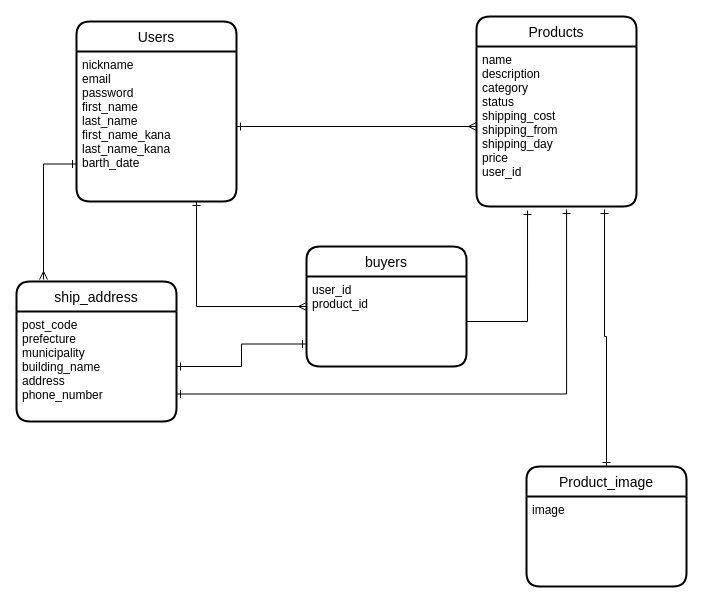
Above: furima.dio in t-willi-28/furima-35545 (draw.io), before the change. Source tidied: cells renumbered, new cells numbered last; positions are measured from the earlier drawing's top-left corner, leaving out a move shared by most shapes. Both pictures are drawn from the tidied source at 100%, with x=0, y=0 at pixel (16, 16).
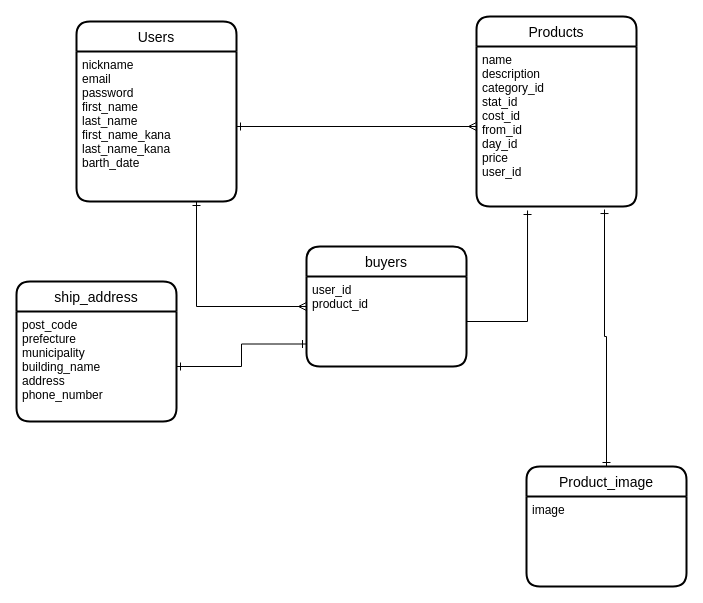
The same page after the edit.

Commit message (it also covers changes not shown here):
コメント部分の修正

The edit, as a diff of the source:
```diff
@@
 <mxGraphModel>
   <root>
     <mxCell id="0" />
     <mxCell id="1" parent="0" />
     <mxCell id="2" value="Users" style="swimlane;horizontal=1;startSize=30;rounded=1;fontSize=14;fontStyle=0;strokeWidth=2;shadow=0;dashed=0;align=center;" parent="1" vertex="1">
       <mxGeometry x="60" y="5" width="160" height="180" as="geometry" />
     </mxCell>
     <mxCell id="3" value="nickname&#10;email&#10;password&#10;first_name&#10;last_name&#10;first_name_kana&#10;last_name_kana&#10;barth_date" style="align=left;strokeColor=none;fillColor=none;spacingLeft=4;fontSize=12;verticalAlign=top;" parent="2" vertex="1">
       <mxGeometry y="30" width="160" height="150" as="geometry" />
     </mxCell>
     <mxCell id="4" value="Products" style="swimlane;horizontal=1;startSize=30;rounded=1;fontSize=14;fontStyle=0;strokeWidth=2;shadow=0;dashed=0;align=center;" parent="1" vertex="1">
       <mxGeometry x="460" width="160" height="190" as="geometry" />
     </mxCell>
-    <mxCell id="5" value="name&#10;description&#10;category&#10;status&#10;shipping_cost&#10;shipping_from&#10;shipping_day&#10;price&#10;user_id" style="align=left;strokeColor=none;fillColor=none;spacingLeft=4;fontSize=12;verticalAlign=top;" parent="4" vertex="1">
+    <mxCell id="5" value="name&#10;description&#10;category_id&#10;stat_id&#10;cost_id&#10;from_id&#10;day_id&#10;price&#10;user_id" style="align=left;strokeColor=none;fillColor=none;spacingLeft=4;fontSize=12;verticalAlign=top;" parent="4" vertex="1">
       <mxGeometry y="30" width="160" height="160" as="geometry" />
     </mxCell>
     <mxCell id="6" value="ship_address" style="swimlane;horizontal=1;startSize=30;rounded=1;fontSize=14;fontStyle=0;strokeWidth=2;shadow=0;dashed=0;align=center;" parent="1" vertex="1">
       <mxGeometry y="265" width="160" height="140" as="geometry" />
     </mxCell>
     <mxCell id="7" value="post_code&#10;prefecture&#10;municipality&#10;building_name&#10;address&#10;phone_number" style="align=left;strokeColor=none;fillColor=none;spacingLeft=4;fontSize=12;verticalAlign=top;" parent="6" vertex="1">
       <mxGeometry y="30" width="160" height="110" as="geometry" />
     </mxCell>
-    <mxCell id="8" style="edgeStyle=orthogonalEdgeStyle;rounded=0;jettySize=auto;html=1;exitX=0;exitY=0.75;exitDx=0;exitDy=0;entryX=0.169;entryY=-0.014;entryDx=0;entryDy=0;entryPerimeter=0;endArrow=ERmany;endFill=0;startArrow=ERone;startFill=0;" parent="1" edge="1" source="3" target="6">
-      <mxGeometry relative="1" as="geometry" />
-    </mxCell>
     <mxCell id="9" value="buyers" style="swimlane;horizontal=1;startSize=30;rounded=1;fontSize=14;fontStyle=0;strokeWidth=2;shadow=0;dashed=0;align=center;" parent="1" vertex="1">
       <mxGeometry x="290" y="230" width="160" height="120" as="geometry" />
     </mxCell>
     <mxCell id="10" value="user_id&#10;product_id" style="align=left;strokeColor=none;fillColor=none;spacingLeft=4;fontSize=12;verticalAlign=top;" parent="9" vertex="1">
       <mxGeometry y="30" width="160" height="90" as="geometry" />
     </mxCell>
     <mxCell id="11" style="edgeStyle=orthogonalEdgeStyle;rounded=0;jettySize=auto;html=1;exitX=1;exitY=0.5;exitDx=0;exitDy=0;entryX=0.319;entryY=1.025;entryDx=0;entryDy=0;entryPerimeter=0;endArrow=ERone;endFill=0;" parent="1" edge="1" source="10" target="5">
       <mxGeometry relative="1" as="geometry" />
     </mxCell>
     <mxCell id="12" value="Product_image" style="swimlane;horizontal=1;startSize=30;rounded=1;fontSize=14;fontStyle=0;strokeWidth=2;shadow=0;dashed=0;align=center;" parent="1" vertex="1">
       <mxGeometry x="510" y="450" width="160" height="120" as="geometry" />
     </mxCell>
     <mxCell id="13" value="image" style="align=left;strokeColor=none;fillColor=none;spacingLeft=4;fontSize=12;verticalAlign=top;" parent="12" vertex="1">
       <mxGeometry y="30" width="160" height="90" as="geometry" />
     </mxCell>
     <mxCell id="14" style="edgeStyle=orthogonalEdgeStyle;rounded=0;jettySize=auto;html=1;exitX=0.5;exitY=0;exitDx=0;exitDy=0;entryX=0.8;entryY=1.019;entryDx=0;entryDy=0;entryPerimeter=0;sourcePerimeterSpacing=0;endArrow=ERone;endFill=0;endSize=6;startSize=6;startArrow=ERone;startFill=0;" parent="1" edge="1" source="12" target="5">
       <mxGeometry relative="1" as="geometry" />
     </mxCell>
     <mxCell id="15" style="edgeStyle=orthogonalEdgeStyle;rounded=0;jettySize=auto;html=1;exitX=1;exitY=0.5;exitDx=0;exitDy=0;entryX=0;entryY=0.5;entryDx=0;entryDy=0;startArrow=ERone;startFill=0;startSize=6;sourcePerimeterSpacing=0;endArrow=ERmany;endFill=0;endSize=6;" parent="1" edge="1" source="3" target="5">
       <mxGeometry relative="1" as="geometry" />
     </mxCell>
     <mxCell id="16" style="edgeStyle=orthogonalEdgeStyle;rounded=0;jettySize=auto;html=1;exitX=0.75;exitY=1;exitDx=0;exitDy=0;entryX=0;entryY=0.5;entryDx=0;entryDy=0;startArrow=ERone;startFill=0;startSize=6;sourcePerimeterSpacing=0;endArrow=ERmany;endFill=0;endSize=6;" parent="1" edge="1" source="3" target="9">
       <mxGeometry relative="1" as="geometry" />
     </mxCell>
     <mxCell id="17" style="edgeStyle=orthogonalEdgeStyle;rounded=0;jettySize=auto;html=1;exitX=1;exitY=0.5;exitDx=0;exitDy=0;entryX=0;entryY=0.75;entryDx=0;entryDy=0;startArrow=ERone;startFill=0;endArrow=ERone;endFill=0;" parent="1" edge="1" source="7" target="10">
       <mxGeometry relative="1" as="geometry" />
     </mxCell>
-    <mxCell id="18" style="edgeStyle=orthogonalEdgeStyle;rounded=0;jettySize=auto;html=1;exitX=1;exitY=0.75;exitDx=0;exitDy=0;entryX=0.563;entryY=1.019;entryDx=0;entryDy=0;entryPerimeter=0;startArrow=ERone;startFill=0;endArrow=ERone;endFill=0;" parent="1" edge="1" source="7" target="5">
-      <mxGeometry relative="1" as="geometry" />
-    </mxCell>
   </root>
 </mxGraphModel>
```
